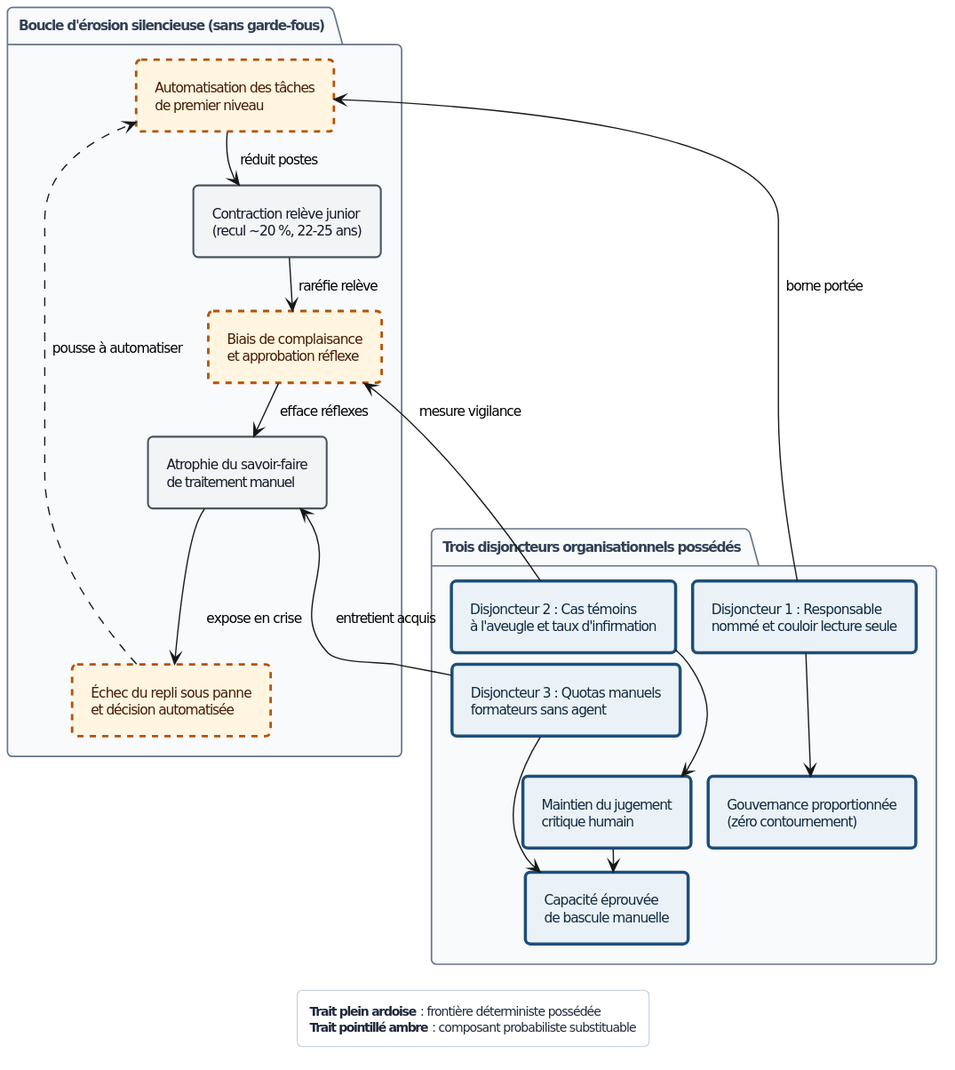
Before: 7 - Livre 2027/diagrammes/rendus/Fig-20.svg, a diagram exported from PlantUML (agbruneau/Agentique).
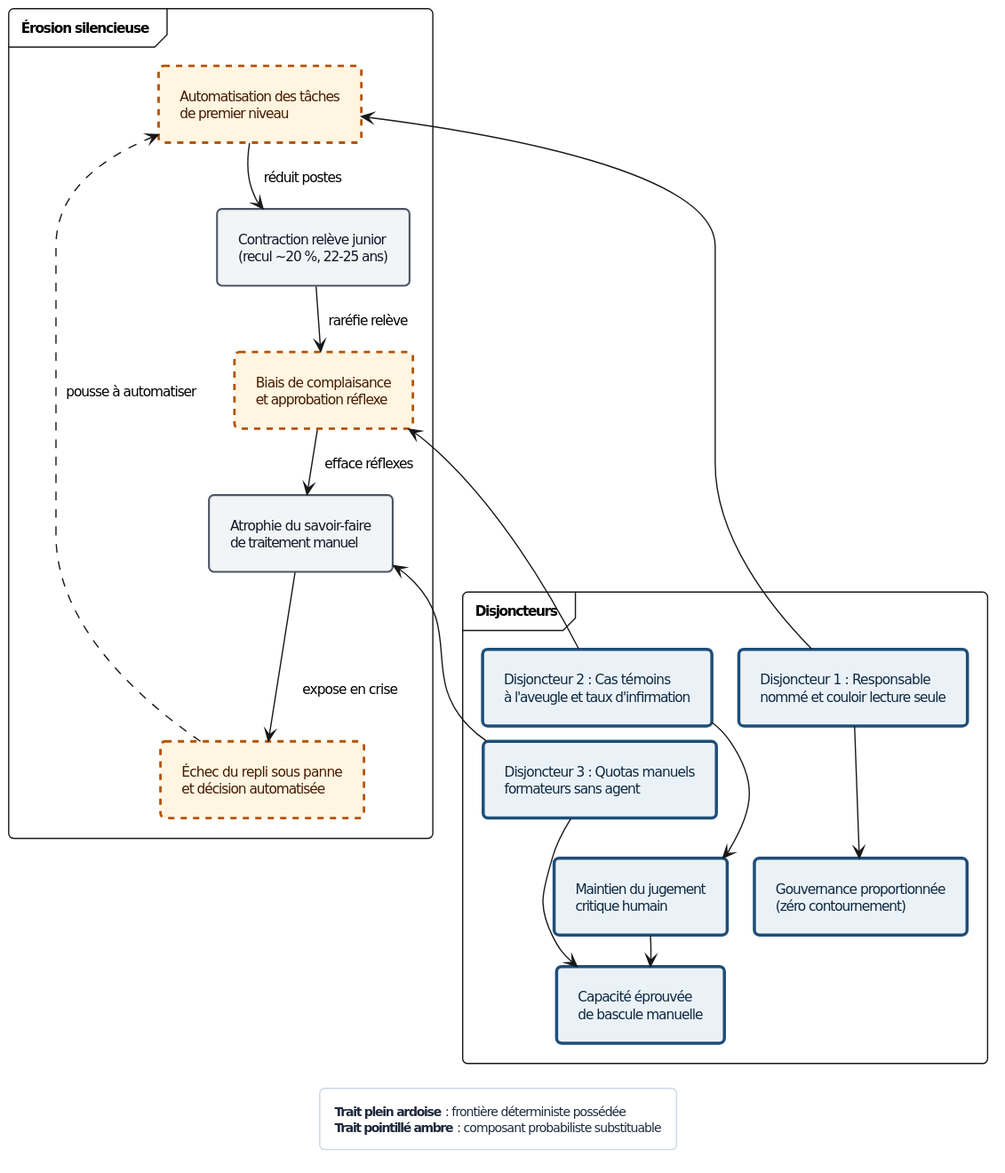
After the commit.

Change to the diagram source:
```diff
@@ -41,11 +41,12 @@
 skinparam defaultFontSize 11
 skinparam shadowing false
 skinparam roundcorner 8
-skinparam nodesep 14
-skinparam ranksep 18
-skinparam padding 5
+skinparam packageStyle frame
+skinparam nodesep 22
+skinparam ranksep 24
+skinparam padding 7
 
-package "Boucle d'érosion silencieuse (sans garde-fous)" {
+package "Érosion silencieuse" {
   rectangle "Automatisation des tâches\nde premier niveau" as E1 <<prob>>
   rectangle "Contraction relève junior\n(recul ~20 %, 22-25 ans)" as E2 <<ext>>
   rectangle "Biais de complaisance\net approbation réflexe" as E3 <<prob>>
@@ -53,7 +54,7 @@
   rectangle "Échec du repli sous panne\net décision automatisée" as E5 <<prob>>
 }
 
-package "Trois disjoncteurs organisationnels possédés" {
+package "Disjoncteurs" {
   rectangle "Disjoncteur 1 : Responsable\nnommé et couloir lecture seule" as D1 <<det>>
   rectangle "Disjoncteur 2 : Cas témoins\nà l'aveugle et taux d'infirmation" as D2 <<det>>
   rectangle "Disjoncteur 3 : Quotas manuels\nformateurs sans agent" as D3 <<det>>
@@ -71,9 +72,9 @@
 D1 --> GOV
 D2 --> JUG
 D3 --> REPLI
-D1 -up-> E1 : borne portée
-D2 -up-> E3 : mesure vigilance
-D3 -up-> E4 : entretient acquis
+D1 -up-> E1
+D2 -up-> E3
+D3 -up-> E4
 JUG --> REPLI
 
 E1 -[hidden]right-> E2
```
